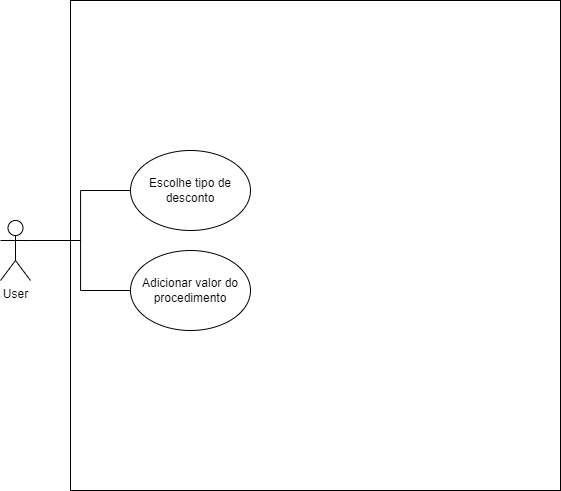
Earlier version of the draw.io export doc/userDiagram.png (Isaque-Claudino-dos-Santos/calculador_de_descontos). Source tidied: cells renumbered, new cells last; positions are measured from the earlier drawing's top-left corner, leaving out a move shared by most shapes.
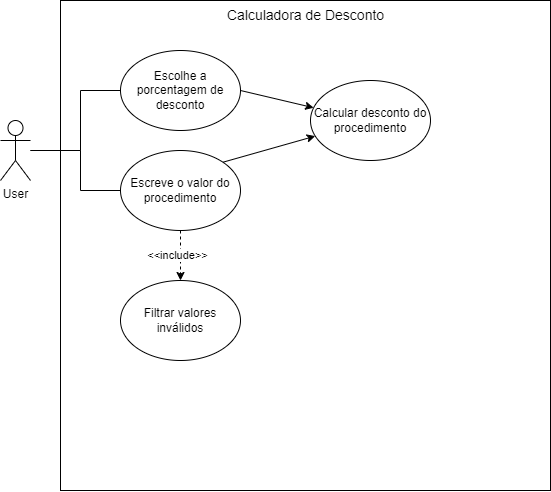
The same file after the commit.

What changed in the source:
```diff
@@ -3,22 +3,57 @@
     <mxCell id="0" />
     <mxCell id="1" parent="0" />
     <mxCell id="2" style="whiteSpace=wrap;html=1;" parent="1" vertex="1">
-      <mxGeometry x="70" width="490" height="490" as="geometry" />
+      <mxGeometry x="-90" y="-800" width="490" height="490" as="geometry" />
     </mxCell>
-    <mxCell id="3" style="edgeStyle=orthogonalEdgeStyle;rounded=0;jettySize=auto;html=1;exitX=1;exitY=0.3333333333333333;exitDx=0;exitDy=0;exitPerimeter=0;endArrow=none;endFill=0;" parent="1" edge="1" source="5" target="6">
-      <mxGeometry relative="1" as="geometry" />
+    <mxCell id="3" style="edgeStyle=orthogonalEdgeStyle;rounded=0;jettySize=auto;html=1;endArrow=none;endFill=0;" parent="1" edge="1" target="6">
+      <mxGeometry relative="1" as="geometry">
+        <mxPoint x="-120" y="-650" as="sourcePoint" />
+        <Array as="points">
+          <mxPoint x="-70" y="-650" />
+          <mxPoint x="-70" y="-710" />
+        </Array>
+      </mxGeometry>
     </mxCell>
-    <mxCell id="4" style="edgeStyle=orthogonalEdgeStyle;rounded=0;jettySize=auto;html=1;exitX=1;exitY=0.3333333333333333;exitDx=0;exitDy=0;exitPerimeter=0;endArrow=none;endFill=0;" parent="1" edge="1" source="5" target="7">
-      <mxGeometry relative="1" as="geometry" />
+    <mxCell id="4" style="edgeStyle=orthogonalEdgeStyle;rounded=0;jettySize=auto;html=1;endArrow=none;endFill=0;" parent="1" edge="1" target="7">
+      <mxGeometry relative="1" as="geometry">
+        <mxPoint x="-120" y="-650" as="sourcePoint" />
+        <Array as="points">
+          <mxPoint x="-70" y="-650" />
+          <mxPoint x="-70" y="-610" />
+        </Array>
+      </mxGeometry>
     </mxCell>
     <mxCell id="5" value="User&lt;br&gt;" style="shape=umlActor;verticalLabelPosition=bottom;verticalAlign=top;html=1;" parent="1" vertex="1">
-      <mxGeometry y="220" width="30" height="60" as="geometry" />
+      <mxGeometry x="-150" y="-680" width="30" height="60" as="geometry" />
     </mxCell>
+    <mxCell id="8" style="rounded=0;jettySize=auto;html=1;exitX=1;exitY=0.5;exitDx=0;exitDy=0;endArrow=classic;endFill=1;" parent="1" edge="1" source="6" target="14">
+      <mxGeometry relative="1" as="geometry" />
+    </mxCell>
-    <mxCell id="6" value="Escolhe&amp;nbsp;tipo de desconto" style="ellipse;whiteSpace=wrap;html=1;" parent="1" vertex="1">
-      <mxGeometry x="130" y="150" width="120" height="80" as="geometry" />
+    <mxCell id="6" value="Escolhe a porcentagem de desconto" style="ellipse;whiteSpace=wrap;html=1;" parent="1" vertex="1">
+      <mxGeometry x="-30" y="-750" width="120" height="80" as="geometry" />
     </mxCell>
+    <mxCell id="9" style="rounded=0;jettySize=auto;html=1;dashed=1;edgeStyle=orthogonalEdgeStyle;" parent="1" edge="1" source="7" target="13">
+      <mxGeometry relative="1" as="geometry" />
+    </mxCell>
+    <mxCell id="10" value="&amp;lt;&amp;lt;include&amp;gt;&amp;gt;" style="edgeLabel;html=1;align=center;verticalAlign=middle;" parent="9" vertex="1">
+      <mxGeometry x="0.02" y="-2" relative="1" as="geometry">
+        <mxPoint x="-1" y="-1" as="offset" />
+      </mxGeometry>
+    </mxCell>
+    <mxCell id="11" style="rounded=0;jettySize=auto;html=1;exitX=1;exitY=0;exitDx=0;exitDy=0;" parent="1" edge="1" source="7" target="14">
+      <mxGeometry relative="1" as="geometry" />
+    </mxCell>
-    <mxCell id="7" value="Adicionar valor do procedimento" style="ellipse;whiteSpace=wrap;html=1;" parent="1" vertex="1">
-      <mxGeometry x="130" y="250" width="120" height="80" as="geometry" />
+    <mxCell id="7" value="Escreve o valor do procedimento" style="ellipse;whiteSpace=wrap;html=1;" parent="1" vertex="1">
+      <mxGeometry x="-30" y="-650" width="120" height="80" as="geometry" />
     </mxCell>
+    <mxCell id="12" value="Calculadora de Desconto" style="text;html=1;strokeColor=none;fillColor=none;align=center;verticalAlign=middle;whiteSpace=wrap;rounded=0;fontSize=14;" parent="1" vertex="1">
+      <mxGeometry x="62.5" y="-800" width="185" height="30" as="geometry" />
+    </mxCell>
+    <mxCell id="13" value="Filtrar valores inválidos" style="ellipse;whiteSpace=wrap;html=1;" parent="1" vertex="1">
+      <mxGeometry x="-30" y="-520" width="120" height="80" as="geometry" />
+    </mxCell>
+    <mxCell id="14" value="Calcular desconto do procedimento" style="ellipse;whiteSpace=wrap;html=1;" parent="1" vertex="1">
+      <mxGeometry x="160" y="-720" width="120" height="80" as="geometry" />
+    </mxCell>
   </root>
 </mxGraphModel>
```
